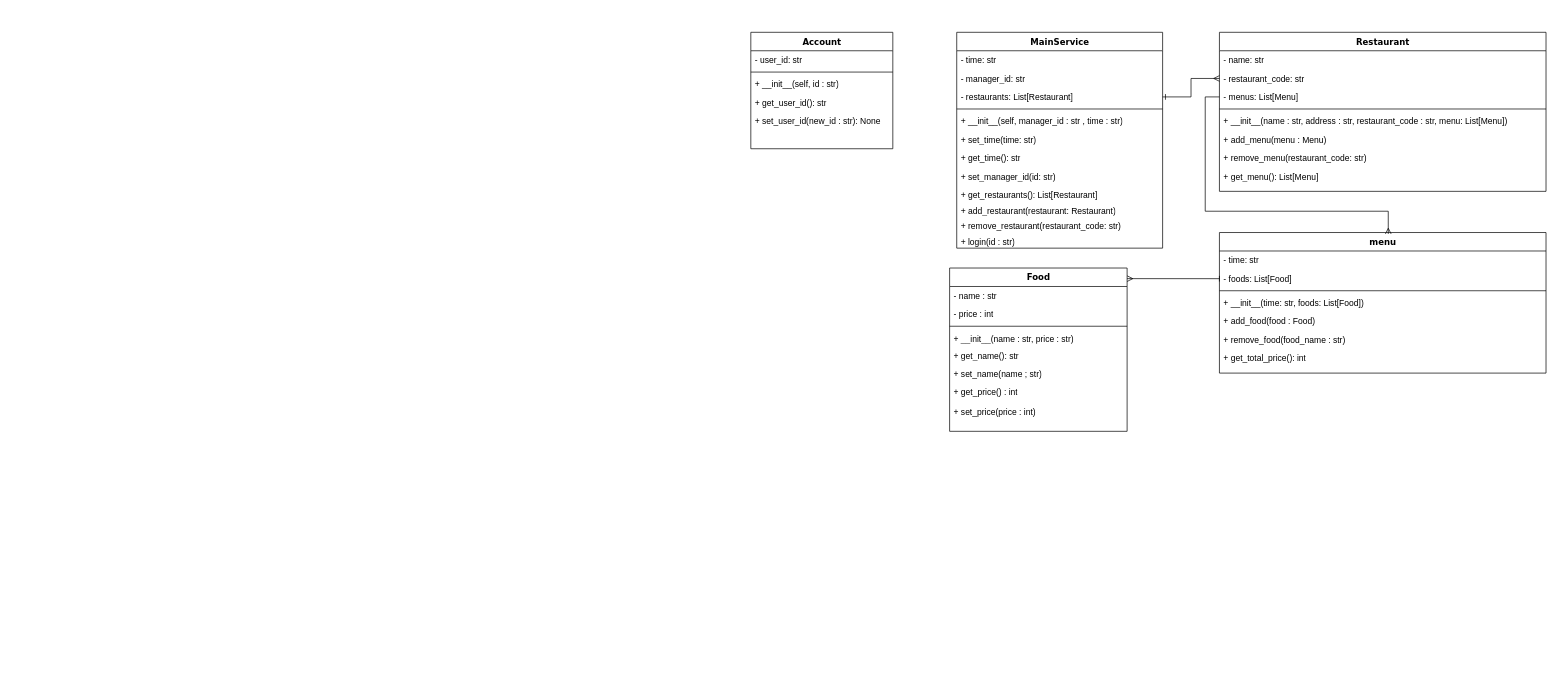
Before: UML 작성.drawio in hwangst0124/Study_OOP, a draw.io diagram. Source tidied: cells renumbered, new cells numbered last; positions are measured from the earlier drawing's top-left corner, leaving out a move shared by most shapes. Both pictures are drawn from the tidied source at 71%, with x=0, y=0 at pixel (750, 32).
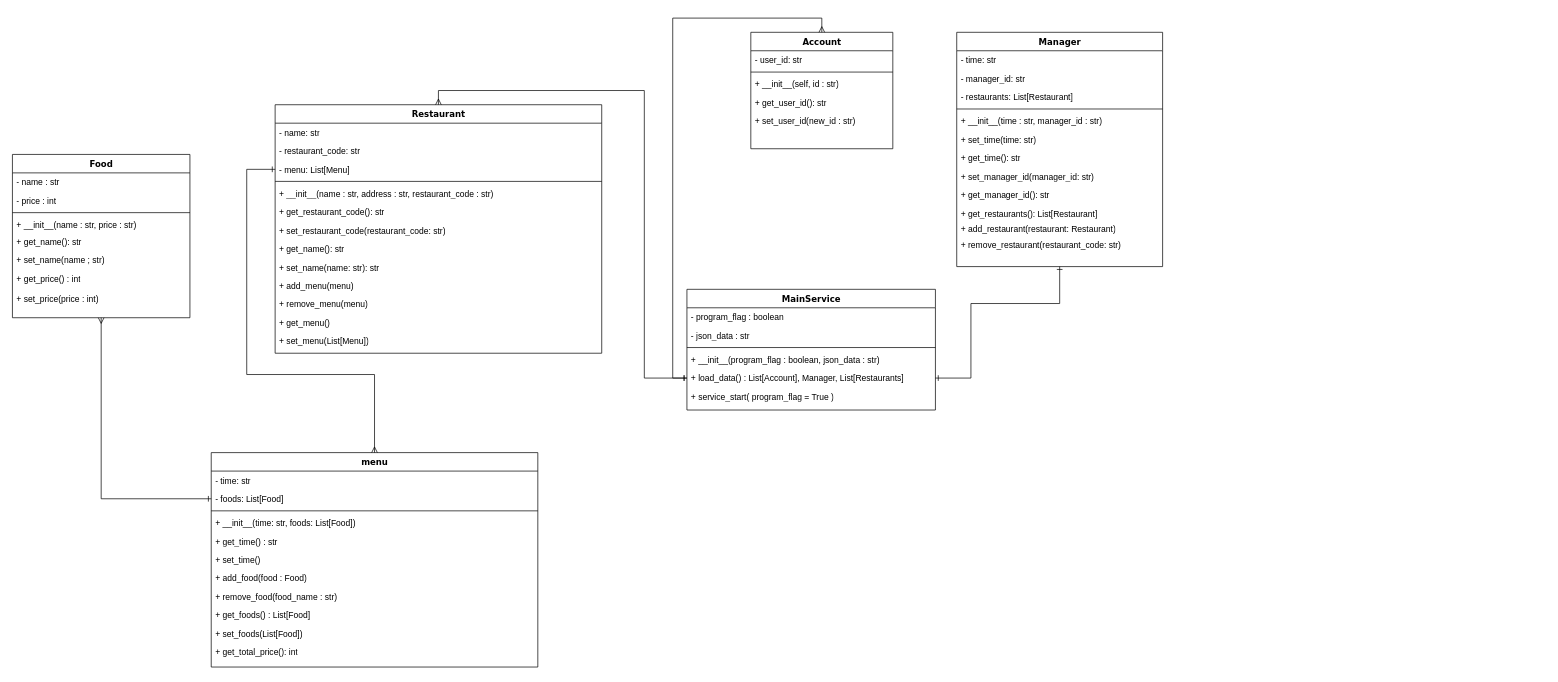
Above is the later version.

Commit message:
UML 작성.drawio 업데이트

Unchanged cells that the change refers to:
```xml
<mxCell id="2" value="Account" style="swimlane;html=1;fontStyle=1;align=center;verticalAlign=top;horizontal=1;startSize=26;swimlaneFillColor=#ffffff;rounded=0;shadow=0;comic=0;labelBackgroundColor=none;strokeWidth=1;fillColor=none;fontFamily=Verdana;fontSize=12;" parent="1" vertex="1">
  <mxGeometry width="200" height="164" as="geometry" />
</mxCell>
<mxCell id="10" value="- restaurant_code: str" style="text;html=1;strokeColor=none;fillColor=none;align=left;verticalAlign=top;spacingLeft=4;spacingRight=4;whiteSpace=wrap;overflow=hidden;points=[[0,0.5],[1,0.5]];portConstraint=eastwest;" parent="8" vertex="1">
  <mxGeometry y="52" width="460" height="26" as="geometry" />
</mxCell>
<mxCell id="19" value="- foods: List[Food]" style="text;html=1;strokeColor=none;fillColor=none;align=left;verticalAlign=top;spacingLeft=4;spacingRight=4;whiteSpace=wrap;overflow=hidden;points=[[0,0.5],[1,0.5]];portConstraint=eastwest;" parent="17" vertex="1">
  <mxGeometry y="52" width="460" height="26" as="geometry" />
</mxCell>
<mxCell id="28" value="- restaurants: List[Restaurant]" style="text;html=1;strokeColor=none;fillColor=none;align=left;verticalAlign=top;spacingLeft=4;spacingRight=4;whiteSpace=wrap;overflow=hidden;points=[[0,0.5],[1,0.5]];portConstraint=eastwest;" parent="25" vertex="1">
  <mxGeometry y="78" width="290" height="26" as="geometry" />
</mxCell>
```

What changed in the source:
```diff
@@
+    <mxCell id="50" style="edgeStyle=orthogonalEdgeStyle;rounded=0;jettySize=auto;html=1;exitX=0.5;exitY=0;exitDx=0;exitDy=0;entryX=0;entryY=0.5;entryDx=0;entryDy=0;startArrow=ERmany;startFill=0;endArrow=ERone;endFill=0;" parent="1" edge="1" source="2" target="68">
+      <mxGeometry relative="1" as="geometry" />
+    </mxCell>
@@
-    <mxCell id="7" value="+ set_user_id(new_id : str): None" style="text;html=1;strokeColor=none;fillColor=none;align=left;verticalAlign=top;spacingLeft=4;spacingRight=4;whiteSpace=wrap;overflow=hidden;" parent="2" vertex="1">
+    <mxCell id="7" value="+ set_user_id(new_id : str)" style="text;html=1;strokeColor=none;fillColor=none;align=left;verticalAlign=top;spacingLeft=4;spacingRight=4;whiteSpace=wrap;overflow=hidden;" parent="2" vertex="1">
       <mxGeometry y="112" width="200" height="26" as="geometry" />
     </mxCell>
+    <mxCell id="51" style="edgeStyle=orthogonalEdgeStyle;rounded=0;jettySize=auto;html=1;exitX=0.5;exitY=0;exitDx=0;exitDy=0;entryX=0;entryY=0.5;entryDx=0;entryDy=0;startArrow=ERmany;startFill=0;endArrow=ERone;endFill=0;" parent="1" edge="1" source="8" target="68">
+      <mxGeometry relative="1" as="geometry" />
+    </mxCell>
     <mxCell id="8" value="Restaurant" style="swimlane;html=1;fontStyle=1;align=center;verticalAlign=top;horizontal=1;startSize=26;swimlaneFillColor=#ffffff;rounded=0;shadow=0;comic=0;labelBackgroundColor=none;strokeWidth=1;fillColor=none;fontFamily=Verdana;fontSize=12;" parent="1" vertex="1">
-      <mxGeometry x="660" width="460" height="224" as="geometry" />
+      <mxGeometry x="-670" y="102" width="460" height="350" as="geometry" />
     </mxCell>
@@
-    <mxCell id="11" value="- menus: List[Menu]" style="text;html=1;strokeColor=none;fillColor=none;align=left;verticalAlign=top;spacingLeft=4;spacingRight=4;whiteSpace=wrap;overflow=hidden;points=[[0,0.5],[1,0.5]];portConstraint=eastwest;" parent="8" vertex="1">
+    <mxCell id="11" value="- menu: List[Menu]" style="text;html=1;strokeColor=none;fillColor=none;align=left;verticalAlign=top;spacingLeft=4;spacingRight=4;whiteSpace=wrap;overflow=hidden;points=[[0,0.5],[1,0.5]];portConstraint=eastwest;" parent="8" vertex="1">
       <mxGeometry y="78" width="460" height="26" as="geometry" />
     </mxCell>
@@
-    <mxCell id="13" value="+ __init__(name : str, address : str, restaurant_code : str, menu: List[Menu])" style="text;html=1;strokeColor=none;fillColor=none;align=left;verticalAlign=top;spacingLeft=4;spacingRight=4;whiteSpace=wrap;overflow=hidden;" parent="8" vertex="1">
+    <mxCell id="13" value="+ __init__(name : str, address : str, restaurant_code : str)" style="text;html=1;strokeColor=none;fillColor=none;align=left;verticalAlign=top;spacingLeft=4;spacingRight=4;whiteSpace=wrap;overflow=hidden;" parent="8" vertex="1">
       <mxGeometry y="112" width="460" height="26" as="geometry" />
     </mxCell>
+    <mxCell id="52" value="+ get_restaurant_code(): str" style="text;html=1;strokeColor=none;fillColor=none;align=left;verticalAlign=top;spacingLeft=4;spacingRight=4;whiteSpace=wrap;overflow=hidden;" parent="8" vertex="1">
+      <mxGeometry y="138" width="460" height="26" as="geometry" />
+    </mxCell>
+    <mxCell id="53" value="+ set_restaurant_code(restaurant_code: str)" style="text;html=1;strokeColor=none;fillColor=none;align=left;verticalAlign=top;spacingLeft=4;spacingRight=4;whiteSpace=wrap;overflow=hidden;" parent="8" vertex="1">
+      <mxGeometry y="164" width="460" height="26" as="geometry" />
+    </mxCell>
+    <mxCell id="54" value="+ get_name(): str" style="text;html=1;strokeColor=none;fillColor=none;align=left;verticalAlign=top;spacingLeft=4;spacingRight=4;whiteSpace=wrap;overflow=hidden;" parent="8" vertex="1">
+      <mxGeometry y="190" width="460" height="26" as="geometry" />
+    </mxCell>
+    <mxCell id="55" value="+ set_name(name: str): str" style="text;html=1;strokeColor=none;fillColor=none;align=left;verticalAlign=top;spacingLeft=4;spacingRight=4;whiteSpace=wrap;overflow=hidden;" parent="8" vertex="1">
+      <mxGeometry y="216" width="460" height="26" as="geometry" />
+    </mxCell>
+    <mxCell id="56" value="+ add_menu(menu)" style="text;html=1;strokeColor=none;fillColor=none;align=left;verticalAlign=top;spacingLeft=4;spacingRight=4;whiteSpace=wrap;overflow=hidden;" parent="8" vertex="1">
+      <mxGeometry y="242" width="460" height="26" as="geometry" />
+    </mxCell>
+    <mxCell id="57" value="+ remove_menu(menu)" style="text;html=1;strokeColor=none;fillColor=none;align=left;verticalAlign=top;spacingLeft=4;spacingRight=4;whiteSpace=wrap;overflow=hidden;" parent="8" vertex="1">
+      <mxGeometry y="268" width="460" height="26" as="geometry" />
+    </mxCell>
-    <mxCell id="14" value="+ add_menu(menu : Menu)" style="text;html=1;strokeColor=none;fillColor=none;align=left;verticalAlign=top;spacingLeft=4;spacingRight=4;whiteSpace=wrap;overflow=hidden;" parent="8" vertex="1">
-      <mxGeometry y="138" width="460" height="26" as="geometry" />
+    <mxCell id="14" value="+ get_menu()" style="text;html=1;strokeColor=none;fillColor=none;align=left;verticalAlign=top;spacingLeft=4;spacingRight=4;whiteSpace=wrap;overflow=hidden;" parent="8" vertex="1">
+      <mxGeometry y="294" width="460" height="26" as="geometry" />
     </mxCell>
-    <mxCell id="15" value="+ remove_menu(restaurant_code: str)" style="text;html=1;strokeColor=none;fillColor=none;align=left;verticalAlign=top;spacingLeft=4;spacingRight=4;whiteSpace=wrap;overflow=hidden;" parent="8" vertex="1">
-      <mxGeometry y="164" width="460" height="26" as="geometry" />
+    <mxCell id="15" value="+ set_menu(List[Menu])" style="text;html=1;strokeColor=none;fillColor=none;align=left;verticalAlign=top;spacingLeft=4;spacingRight=4;whiteSpace=wrap;overflow=hidden;" parent="8" vertex="1">
+      <mxGeometry y="320" width="460" height="26" as="geometry" />
     </mxCell>
-    <mxCell id="16" value="+ get_menu(): List[Menu]" style="text;html=1;strokeColor=none;fillColor=none;align=left;verticalAlign=top;spacingLeft=4;spacingRight=4;whiteSpace=wrap;overflow=hidden;" parent="8" vertex="1">
-      <mxGeometry y="190" width="460" height="34" as="geometry" />
-    </mxCell>
     <mxCell id="17" value="menu" style="swimlane;html=1;fontStyle=1;align=center;verticalAlign=top;horizontal=1;startSize=26;swimlaneFillColor=#ffffff;rounded=0;shadow=0;comic=0;labelBackgroundColor=none;strokeWidth=1;fillColor=none;fontFamily=Verdana;fontSize=12;" parent="1" vertex="1">
-      <mxGeometry x="660" y="282" width="460" height="198" as="geometry" />
+      <mxGeometry x="-760" y="592" width="460" height="302" as="geometry" />
     </mxCell>
@@
+    <mxCell id="58" value="+ get_time() : str" style="text;html=1;strokeColor=none;fillColor=none;align=left;verticalAlign=top;spacingLeft=4;spacingRight=4;whiteSpace=wrap;overflow=hidden;" parent="17" vertex="1">
+      <mxGeometry y="112" width="460" height="26" as="geometry" />
+    </mxCell>
+    <mxCell id="59" value="+ set_time()&amp;nbsp;" style="text;html=1;strokeColor=none;fillColor=none;align=left;verticalAlign=top;spacingLeft=4;spacingRight=4;whiteSpace=wrap;overflow=hidden;" parent="17" vertex="1">
+      <mxGeometry y="138" width="460" height="26" as="geometry" />
+    </mxCell>
     <mxCell id="22" value="+ add_food(food : Food)" style="text;html=1;strokeColor=none;fillColor=none;align=left;verticalAlign=top;spacingLeft=4;spacingRight=4;whiteSpace=wrap;overflow=hidden;" parent="17" vertex="1">
-      <mxGeometry y="112" width="460" height="26" as="geometry" />
+      <mxGeometry y="164" width="460" height="26" as="geometry" />
     </mxCell>
     <mxCell id="23" value="+ remove_food(food_name : str)" style="text;html=1;strokeColor=none;fillColor=none;align=left;verticalAlign=top;spacingLeft=4;spacingRight=4;whiteSpace=wrap;overflow=hidden;" parent="17" vertex="1">
-      <mxGeometry y="138" width="460" height="26" as="geometry" />
+      <mxGeometry y="190" width="460" height="26" as="geometry" />
     </mxCell>
+    <mxCell id="60" value="+ get_foods() : List[Food]" style="text;html=1;strokeColor=none;fillColor=none;align=left;verticalAlign=top;spacingLeft=4;spacingRight=4;whiteSpace=wrap;overflow=hidden;" parent="17" vertex="1">
+      <mxGeometry y="216" width="460" height="26" as="geometry" />
+    </mxCell>
+    <mxCell id="61" value="+ set_foods(List[Food])" style="text;html=1;strokeColor=none;fillColor=none;align=left;verticalAlign=top;spacingLeft=4;spacingRight=4;whiteSpace=wrap;overflow=hidden;" parent="17" vertex="1">
+      <mxGeometry y="242" width="460" height="26" as="geometry" />
+    </mxCell>
     <mxCell id="24" value="+ get_total_price(): int" style="text;html=1;strokeColor=none;fillColor=none;align=left;verticalAlign=top;spacingLeft=4;spacingRight=4;whiteSpace=wrap;overflow=hidden;" parent="17" vertex="1">
-      <mxGeometry y="164" width="460" height="34" as="geometry" />
+      <mxGeometry y="268" width="460" height="34" as="geometry" />
     </mxCell>
-    <mxCell id="25" value="MainService" style="swimlane;html=1;fontStyle=1;align=center;verticalAlign=top;horizontal=1;startSize=26;swimlaneFillColor=#ffffff;rounded=0;shadow=0;comic=0;labelBackgroundColor=none;strokeWidth=1;fillColor=none;fontFamily=Verdana;fontSize=12;" parent="1" vertex="1">
-      <mxGeometry x="290" width="290" height="304" as="geometry" />
+    <mxCell id="25" value="Manager" style="swimlane;html=1;fontStyle=1;align=center;verticalAlign=top;horizontal=1;startSize=26;swimlaneFillColor=#ffffff;rounded=0;shadow=0;comic=0;labelBackgroundColor=none;strokeWidth=1;fillColor=none;fontFamily=Verdana;fontSize=12;" parent="1" vertex="1">
+      <mxGeometry x="290" width="290" height="330" as="geometry" />
     </mxCell>
@@
-    <mxCell id="30" value="+ __init__(self, manager_id : str , time : str)" style="text;html=1;strokeColor=none;fillColor=none;align=left;verticalAlign=top;spacingLeft=4;spacingRight=4;whiteSpace=wrap;overflow=hidden;" parent="25" vertex="1">
+    <mxCell id="30" value="+ __init__(time : str, manager_id : str)" style="text;html=1;strokeColor=none;fillColor=none;align=left;verticalAlign=top;spacingLeft=4;spacingRight=4;whiteSpace=wrap;overflow=hidden;" parent="25" vertex="1">
       <mxGeometry y="112" width="290" height="26" as="geometry" />
     </mxCell>
@@
-    <mxCell id="33" value="+ set_manager_id(id: str)" style="text;html=1;strokeColor=none;fillColor=none;align=left;verticalAlign=top;spacingLeft=4;spacingRight=4;whiteSpace=wrap;overflow=hidden;" parent="25" vertex="1">
+    <mxCell id="33" value="+ set_manager_id(manager_id: str)" style="text;html=1;strokeColor=none;fillColor=none;align=left;verticalAlign=top;spacingLeft=4;spacingRight=4;whiteSpace=wrap;overflow=hidden;" parent="25" vertex="1">
       <mxGeometry y="190" width="290" height="26" as="geometry" />
     </mxCell>
+    <mxCell id="62" value="+ get_manager_id(): str" style="text;html=1;strokeColor=none;fillColor=none;align=left;verticalAlign=top;spacingLeft=4;spacingRight=4;whiteSpace=wrap;overflow=hidden;" parent="25" vertex="1">
+      <mxGeometry y="216" width="290" height="26" as="geometry" />
+    </mxCell>
     <mxCell id="34" value="+ get_restaurants(): List[Restaurant]" style="text;html=1;strokeColor=none;fillColor=none;align=left;verticalAlign=top;spacingLeft=4;spacingRight=4;whiteSpace=wrap;overflow=hidden;" parent="25" vertex="1">
-      <mxGeometry y="216" width="290" height="22" as="geometry" />
+      <mxGeometry y="242" width="290" height="22" as="geometry" />
     </mxCell>
     <mxCell id="35" value="+ add_restaurant(restaurant: Restaurant)" style="text;html=1;strokeColor=none;fillColor=none;align=left;verticalAlign=top;spacingLeft=4;spacingRight=4;whiteSpace=wrap;overflow=hidden;" parent="25" vertex="1">
-      <mxGeometry y="238" width="290" height="22" as="geometry" />
+      <mxGeometry y="264" width="290" height="22" as="geometry" />
     </mxCell>
     <mxCell id="36" value="+ remove_restaurant(restaurant_code: str)&amp;nbsp;" style="text;html=1;strokeColor=none;fillColor=none;align=left;verticalAlign=top;spacingLeft=4;spacingRight=4;whiteSpace=wrap;overflow=hidden;" parent="25" vertex="1">
-      <mxGeometry y="260" width="290" height="22" as="geometry" />
+      <mxGeometry y="286" width="290" height="22" as="geometry" />
     </mxCell>
-    <mxCell id="37" value="+ login(id : str)" style="text;html=1;strokeColor=none;fillColor=none;align=left;verticalAlign=top;spacingLeft=4;spacingRight=4;whiteSpace=wrap;overflow=hidden;" parent="25" vertex="1">
-      <mxGeometry y="282" width="290" height="22" as="geometry" />
-    </mxCell>
-    <mxCell id="38" style="edgeStyle=orthogonalEdgeStyle;rounded=0;jettySize=auto;html=1;exitX=1;exitY=0.5;exitDx=0;exitDy=0;entryX=0;entryY=0.5;entryDx=0;entryDy=0;endArrow=ERmany;endFill=0;startArrow=ERone;startFill=0;" parent="1" edge="1" source="28" target="10">
-      <mxGeometry relative="1" as="geometry" />
-    </mxCell>
-    <mxCell id="39" style="edgeStyle=orthogonalEdgeStyle;rounded=0;jettySize=auto;html=1;exitX=0;exitY=0.5;exitDx=0;exitDy=0;entryX=0.517;entryY=0.01;entryDx=0;entryDy=0;entryPerimeter=0;endArrow=ERmany;endFill=0;" parent="1" edge="1" source="11" target="17">
-      <mxGeometry relative="1" as="geometry">
-        <Array as="points">
-          <mxPoint x="640" y="91" />
-          <mxPoint x="640" y="252" />
-          <mxPoint x="898" y="252" />
-        </Array>
-      </mxGeometry>
-    </mxCell>
     <mxCell id="40" value="Food" style="swimlane;html=1;fontStyle=1;align=center;verticalAlign=top;horizontal=1;startSize=26;swimlaneFillColor=#ffffff;rounded=0;shadow=0;comic=0;labelBackgroundColor=none;strokeWidth=1;fillColor=none;fontFamily=Verdana;fontSize=12;" parent="1" vertex="1">
-      <mxGeometry x="280" y="332" width="250" height="230" as="geometry" />
+      <mxGeometry x="-1040" y="172" width="250" height="230" as="geometry" />
     </mxCell>
@@
+    <mxCell id="63" value="MainService" style="swimlane;html=1;fontStyle=1;align=center;verticalAlign=top;horizontal=1;startSize=26;swimlaneFillColor=#ffffff;rounded=0;shadow=0;comic=0;labelBackgroundColor=none;strokeWidth=1;fillColor=none;fontFamily=Verdana;fontSize=12;" parent="1" vertex="1">
+      <mxGeometry x="-90" y="362" width="350" height="170" as="geometry" />
+    </mxCell>
+    <mxCell id="64" value="- program_flag : boolean" style="text;html=1;strokeColor=none;fillColor=none;align=left;verticalAlign=top;spacingLeft=4;spacingRight=4;whiteSpace=wrap;overflow=hidden;" parent="63" vertex="1">
+      <mxGeometry y="26" width="350" height="26" as="geometry" />
+    </mxCell>
+    <mxCell id="65" value="- json_data : str" style="text;html=1;strokeColor=none;fillColor=none;align=left;verticalAlign=top;spacingLeft=4;spacingRight=4;whiteSpace=wrap;overflow=hidden;" parent="63" vertex="1">
+      <mxGeometry y="52" width="350" height="26" as="geometry" />
+    </mxCell>
+    <mxCell id="66" style="line;html=1;strokeWidth=1;fillColor=none;align=left;verticalAlign=middle;spacingTop=-1;spacingLeft=3;spacingRight=3;labelPosition=right;" parent="63" vertex="1">
+      <mxGeometry y="78" width="350" height="8" as="geometry" />
+    </mxCell>
+    <mxCell id="67" value="+ __init__(program_flag : boolean, json_data : str)" style="text;html=1;strokeColor=none;fillColor=none;align=left;verticalAlign=top;spacingLeft=4;spacingRight=4;whiteSpace=wrap;overflow=hidden;" parent="63" vertex="1">
+      <mxGeometry y="86" width="350" height="26" as="geometry" />
+    </mxCell>
+    <mxCell id="68" value="+ load_data() : List[Account], Manager, List[Restaurants]" style="text;html=1;strokeColor=none;fillColor=none;align=left;verticalAlign=top;spacingLeft=4;spacingRight=4;whiteSpace=wrap;overflow=hidden;points=[[0,0.5],[1,0.5]];portConstraint=eastwest;" parent="63" vertex="1">
+      <mxGeometry y="112" width="350" height="26" as="geometry" />
+    </mxCell>
+    <mxCell id="69" value="+ service_start( program_flag = True )" style="text;html=1;strokeColor=none;fillColor=none;align=left;verticalAlign=top;spacingLeft=4;spacingRight=4;whiteSpace=wrap;overflow=hidden;" parent="63" vertex="1">
+      <mxGeometry y="138" width="350" height="26" as="geometry" />
+    </mxCell>
+    <mxCell id="39" style="edgeStyle=orthogonalEdgeStyle;rounded=0;jettySize=auto;html=1;exitX=0;exitY=0.5;exitDx=0;exitDy=0;startArrow=ERone;startFill=0;endArrow=ERmany;endFill=0;entryX=0.5;entryY=0;entryDx=0;entryDy=0;" parent="1" edge="1" source="11" target="17">
+      <mxGeometry relative="1" as="geometry">
+        <Array as="points">
+          <mxPoint x="-710" y="193" />
+          <mxPoint x="-710" y="482" />
+          <mxPoint x="-530" y="482" />
+        </Array>
+      </mxGeometry>
+    </mxCell>
-    <mxCell id="49" style="edgeStyle=orthogonalEdgeStyle;rounded=0;jettySize=auto;html=1;exitX=0;exitY=0.5;exitDx=0;exitDy=0;entryX=1;entryY=0.065;entryDx=0;entryDy=0;entryPerimeter=0;startArrow=baseDash;startFill=0;endArrow=ERmany;endFill=0;" parent="1" edge="1" source="19" target="40">
+    <mxCell id="49" style="edgeStyle=orthogonalEdgeStyle;rounded=0;jettySize=auto;html=1;exitX=0;exitY=0.5;exitDx=0;exitDy=0;entryX=0.5;entryY=1;entryDx=0;entryDy=0;startArrow=ERone;startFill=0;endArrow=ERmany;endFill=0;" parent="1" edge="1" source="19" target="40">
       <mxGeometry relative="1" as="geometry" />
     </mxCell>
+    <mxCell id="70" style="edgeStyle=orthogonalEdgeStyle;rounded=0;jettySize=auto;html=1;exitX=1;exitY=0.5;exitDx=0;exitDy=0;entryX=0.5;entryY=1;entryDx=0;entryDy=0;startArrow=ERone;startFill=0;endArrow=ERone;endFill=0;" parent="1" edge="1" source="68" target="25">
+      <mxGeometry relative="1" as="geometry">
+        <Array as="points">
+          <mxPoint x="310" y="487" />
+          <mxPoint x="310" y="382" />
+          <mxPoint x="435" y="382" />
+        </Array>
+      </mxGeometry>
+    </mxCell>
```
